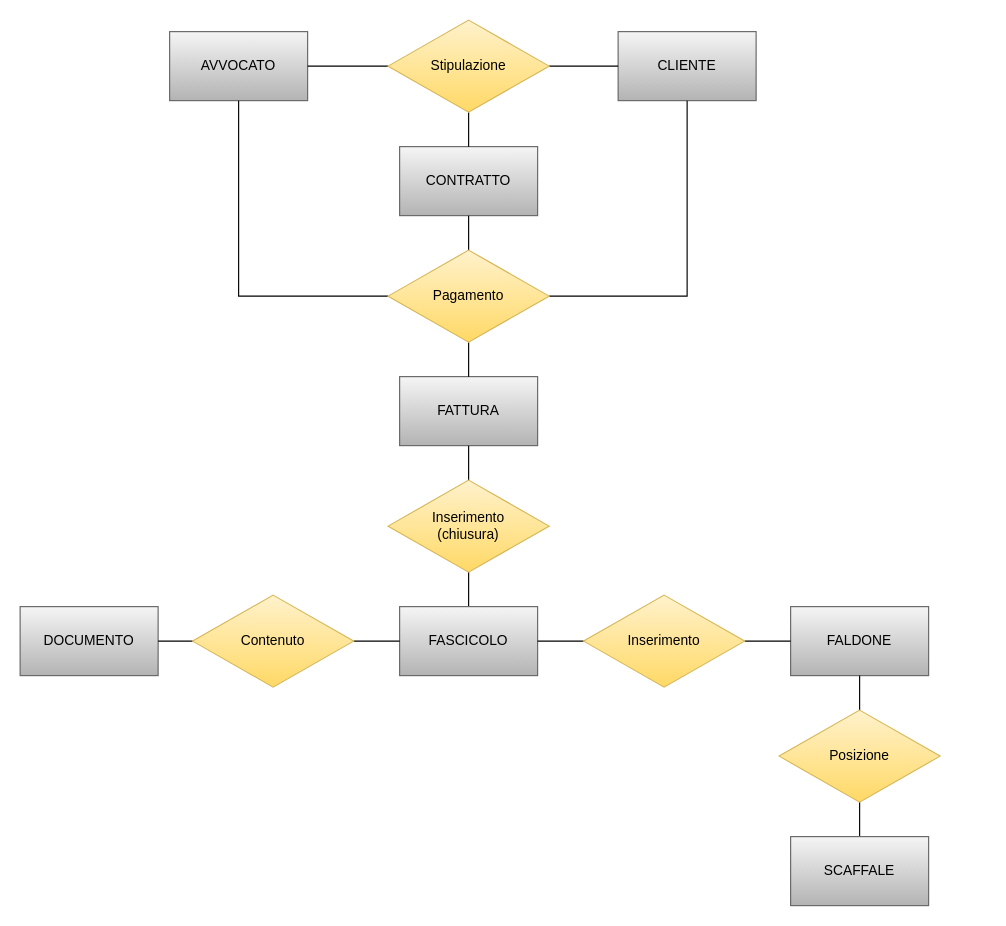
Earlier version of the draw.io diagram Scheletro.drawio (AndreaCiv/BasiDiDati). Source tidied: cells renumbered, new cells numbered last; positions are measured from the earlier drawing's top-left corner, leaving out a move shared by most shapes. Both pictures are drawn from the tidied source at 115%, with x=0, y=0 at pixel (20, 20).
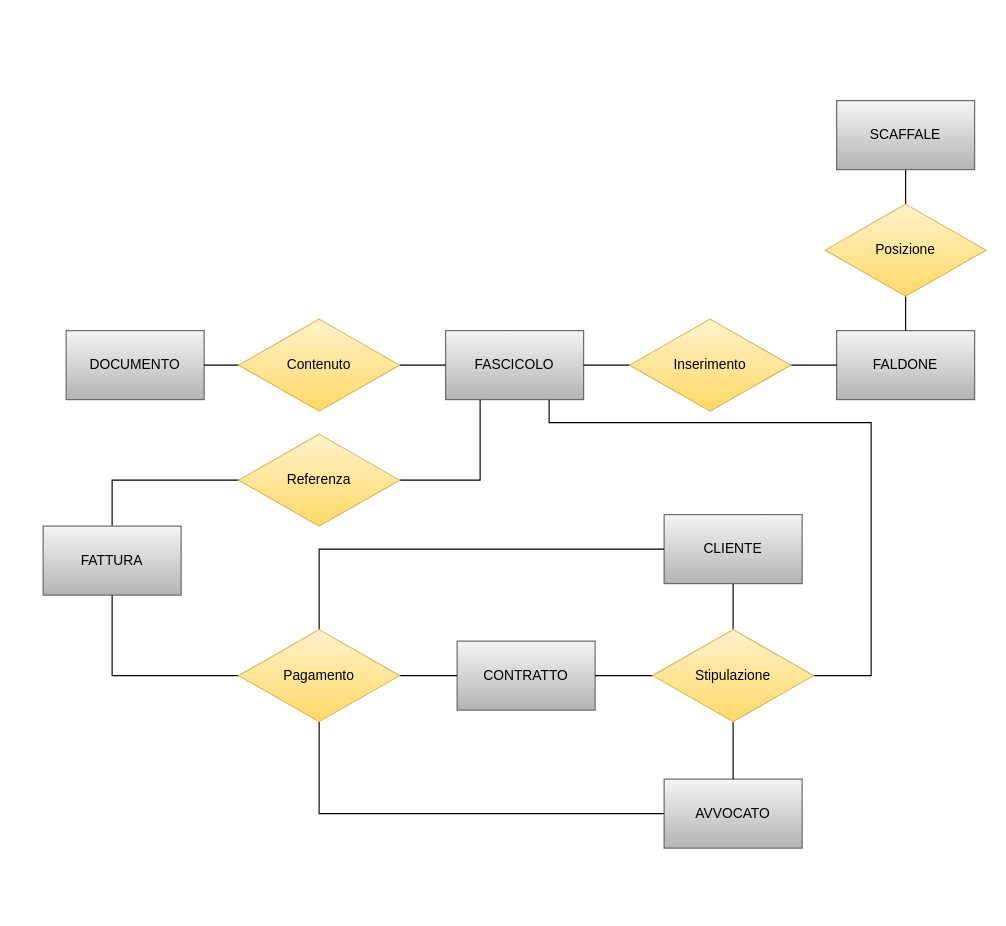
The same page after the edit.

Change to the diagram source:
```diff
@@
     <mxCell id="2" value="CLIENTE" style="rounded=0;whiteSpace=wrap;html=1;fillColor=#f5f5f5;strokeColor=#666666;gradientColor=#b3b3b3;" parent="1" vertex="1">
-      <mxGeometry x="520" y="10" width="120" height="60" as="geometry" />
+      <mxGeometry x="560" y="430" width="120" height="60" as="geometry" />
     </mxCell>
     <mxCell id="3" value="CONTRATTO" style="rounded=0;whiteSpace=wrap;html=1;fillColor=#f5f5f5;gradientColor=#b3b3b3;strokeColor=#666666;" parent="1" vertex="1">
-      <mxGeometry x="330" y="110" width="120" height="60" as="geometry" />
+      <mxGeometry x="380" y="540" width="120" height="60" as="geometry" />
     </mxCell>
     <mxCell id="4" value="AVVOCATO" style="rounded=0;whiteSpace=wrap;html=1;fillColor=#f5f5f5;gradientColor=#b3b3b3;strokeColor=#666666;" parent="1" vertex="1">
-      <mxGeometry x="130" y="10" width="120" height="60" as="geometry" />
+      <mxGeometry x="560" y="660" width="120" height="60" as="geometry" />
     </mxCell>
-    <mxCell id="5" style="edgeStyle=orthogonalEdgeStyle;rounded=0;jettySize=auto;html=1;startArrow=none;startFill=0;endArrow=none;endFill=0;" parent="1" edge="1" source="6" target="26">
-      <mxGeometry relative="1" as="geometry" />
-    </mxCell>
     <mxCell id="6" value="FASCICOLO" style="rounded=0;whiteSpace=wrap;html=1;fillColor=#f5f5f5;gradientColor=#b3b3b3;strokeColor=#666666;" parent="1" vertex="1">
-      <mxGeometry x="330" y="510" width="120" height="60" as="geometry" />
+      <mxGeometry x="370" y="270" width="120" height="60" as="geometry" />
     </mxCell>
     <mxCell id="7" value="DOCUMENTO" style="rounded=0;whiteSpace=wrap;html=1;fillColor=#f5f5f5;gradientColor=#b3b3b3;strokeColor=#666666;" parent="1" vertex="1">
-      <mxGeometry y="510" width="120" height="60" as="geometry" />
+      <mxGeometry x="40" y="270" width="120" height="60" as="geometry" />
     </mxCell>
+    <mxCell id="31" style="edgeStyle=orthogonalEdgeStyle;rounded=0;jettySize=auto;html=1;entryX=0;entryY=0.5;entryDx=0;entryDy=0;endArrow=none;endFill=0;" parent="1" edge="1" source="8" target="34">
+      <mxGeometry relative="1" as="geometry">
+        <Array as="points">
+          <mxPoint x="80" y="400" />
+        </Array>
+      </mxGeometry>
+    </mxCell>
     <mxCell id="8" value="FATTURA" style="rounded=0;whiteSpace=wrap;html=1;fillColor=#f5f5f5;gradientColor=#b3b3b3;strokeColor=#666666;" parent="1" vertex="1">
-      <mxGeometry x="330" y="310" width="120" height="60" as="geometry" />
+      <mxGeometry x="20" y="440" width="120" height="60" as="geometry" />
     </mxCell>
     <mxCell id="9" value="FALDONE" style="rounded=0;whiteSpace=wrap;html=1;fillColor=#f5f5f5;gradientColor=#b3b3b3;strokeColor=#666666;" parent="1" vertex="1">
-      <mxGeometry x="670" y="510" width="120" height="60" as="geometry" />
+      <mxGeometry x="710" y="270" width="120" height="60" as="geometry" />
     </mxCell>
@@
+    <mxCell id="32" style="edgeStyle=orthogonalEdgeStyle;rounded=0;jettySize=auto;html=1;endArrow=none;endFill=0;" parent="1" edge="1" source="13">
+      <mxGeometry relative="1" as="geometry">
+        <mxPoint x="460" y="330" as="targetPoint" />
+        <Array as="points">
+          <mxPoint x="740" y="570" />
+          <mxPoint x="740" y="350" />
+          <mxPoint x="460" y="350" />
+        </Array>
+      </mxGeometry>
+    </mxCell>
     <mxCell id="13" value="Stipulazione" style="rhombus;whiteSpace=wrap;html=1;fillColor=#fff2cc;gradientColor=#ffd966;strokeColor=#d6b656;" parent="1" vertex="1">
-      <mxGeometry x="320" width="140" height="80" as="geometry" />
+      <mxGeometry x="550" y="530" width="140" height="80" as="geometry" />
     </mxCell>
     <mxCell id="14" style="edgeStyle=orthogonalEdgeStyle;rounded=0;jettySize=auto;html=1;startArrow=none;startFill=0;endArrow=none;endFill=0;" parent="1" edge="1" source="16">
       <mxGeometry relative="1" as="geometry">
-        <mxPoint x="120" y="540" as="targetPoint" />
+        <mxPoint x="160" y="300" as="targetPoint" />
       </mxGeometry>
     </mxCell>
@@
     <mxCell id="16" value="Contenuto" style="rhombus;whiteSpace=wrap;html=1;fillColor=#fff2cc;gradientColor=#ffd966;strokeColor=#d6b656;" parent="1" vertex="1">
-      <mxGeometry x="150" y="500" width="140" height="80" as="geometry" />
+      <mxGeometry x="190" y="260" width="140" height="80" as="geometry" />
     </mxCell>
@@
     <mxCell id="19" value="Inserimento" style="rhombus;whiteSpace=wrap;html=1;fillColor=#fff2cc;gradientColor=#ffd966;strokeColor=#d6b656;" parent="1" vertex="1">
-      <mxGeometry x="490" y="500" width="140" height="80" as="geometry" />
+      <mxGeometry x="530" y="260" width="140" height="80" as="geometry" />
     </mxCell>
     <mxCell id="20" style="edgeStyle=orthogonalEdgeStyle;rounded=0;jettySize=auto;html=1;startArrow=none;startFill=0;endArrow=none;endFill=0;" parent="1" edge="1" source="24" target="3">
-      <mxGeometry relative="1" as="geometry" />
+      <mxGeometry relative="1" as="geometry">
+        <Array as="points">
+          <mxPoint x="340" y="570" />
+          <mxPoint x="340" y="570" />
+        </Array>
+      </mxGeometry>
     </mxCell>
@@
-    <mxCell id="22" style="edgeStyle=orthogonalEdgeStyle;rounded=0;jettySize=auto;html=1;startArrow=none;startFill=0;endArrow=none;endFill=0;entryX=0.5;entryY=1;entryDx=0;entryDy=0;" parent="1" edge="1" source="24" target="2">
-      <mxGeometry relative="1" as="geometry" />
+    <mxCell id="22" style="edgeStyle=orthogonalEdgeStyle;rounded=0;jettySize=auto;html=1;startArrow=none;startFill=0;endArrow=none;endFill=0;entryX=0;entryY=0.5;entryDx=0;entryDy=0;" parent="1" edge="1" source="24" target="2">
+      <mxGeometry relative="1" as="geometry">
+        <Array as="points">
+          <mxPoint x="260" y="460" />
+        </Array>
+      </mxGeometry>
     </mxCell>
-    <mxCell id="23" style="edgeStyle=orthogonalEdgeStyle;rounded=0;jettySize=auto;html=1;startArrow=none;startFill=0;endArrow=none;endFill=0;entryX=0.5;entryY=1;entryDx=0;entryDy=0;" parent="1" edge="1" source="24" target="4">
-      <mxGeometry relative="1" as="geometry" />
+    <mxCell id="23" style="edgeStyle=orthogonalEdgeStyle;rounded=0;jettySize=auto;html=1;startArrow=none;startFill=0;endArrow=none;endFill=0;entryX=0;entryY=0.5;entryDx=0;entryDy=0;" parent="1" edge="1" source="24" target="4">
+      <mxGeometry relative="1" as="geometry">
+        <Array as="points">
+          <mxPoint x="260" y="690" />
+        </Array>
+      </mxGeometry>
     </mxCell>
     <mxCell id="24" value="Pagamento" style="rhombus;whiteSpace=wrap;html=1;fillColor=#fff2cc;gradientColor=#ffd966;strokeColor=#d6b656;" parent="1" vertex="1">
-      <mxGeometry x="320" y="200" width="140" height="80" as="geometry" />
+      <mxGeometry x="190" y="530" width="140" height="80" as="geometry" />
     </mxCell>
-    <mxCell id="25" style="edgeStyle=orthogonalEdgeStyle;rounded=0;jettySize=auto;html=1;startArrow=none;startFill=0;endArrow=none;endFill=0;" parent="1" edge="1" source="26" target="8">
-      <mxGeometry relative="1" as="geometry" />
-    </mxCell>
-    <mxCell id="26" value="Inserimento&lt;br&gt;(chiusura)" style="rhombus;whiteSpace=wrap;html=1;fillColor=#fff2cc;gradientColor=#ffd966;strokeColor=#d6b656;" parent="1" vertex="1">
-      <mxGeometry x="320" y="400" width="140" height="80" as="geometry" />
-    </mxCell>
@@
     <mxCell id="29" value="Posizione" style="rhombus;whiteSpace=wrap;html=1;fillColor=#fff2cc;gradientColor=#ffd966;strokeColor=#d6b656;" parent="1" vertex="1">
-      <mxGeometry x="660" y="600" width="140" height="80" as="geometry" />
+      <mxGeometry x="700" y="160" width="140" height="80" as="geometry" />
     </mxCell>
     <mxCell id="30" value="SCAFFALE" style="whiteSpace=wrap;html=1;fillColor=#f5f5f5;gradientColor=#b3b3b3;strokeColor=#666666;" parent="1" vertex="1">
-      <mxGeometry x="670" y="710" width="120" height="60" as="geometry" />
+      <mxGeometry x="710" y="70" width="120" height="60" as="geometry" />
     </mxCell>
+    <mxCell id="33" style="edgeStyle=orthogonalEdgeStyle;rounded=0;jettySize=auto;html=1;entryX=0.25;entryY=1;entryDx=0;entryDy=0;endArrow=none;endFill=0;" parent="1" edge="1" source="34" target="6">
+      <mxGeometry relative="1" as="geometry" />
+    </mxCell>
+    <mxCell id="34" value="Referenza" style="rhombus;whiteSpace=wrap;html=1;fillColor=#fff2cc;gradientColor=#ffd966;strokeColor=#d6b656;" parent="1" vertex="1">
+      <mxGeometry x="190" y="360" width="140" height="80" as="geometry" />
+    </mxCell>
```
